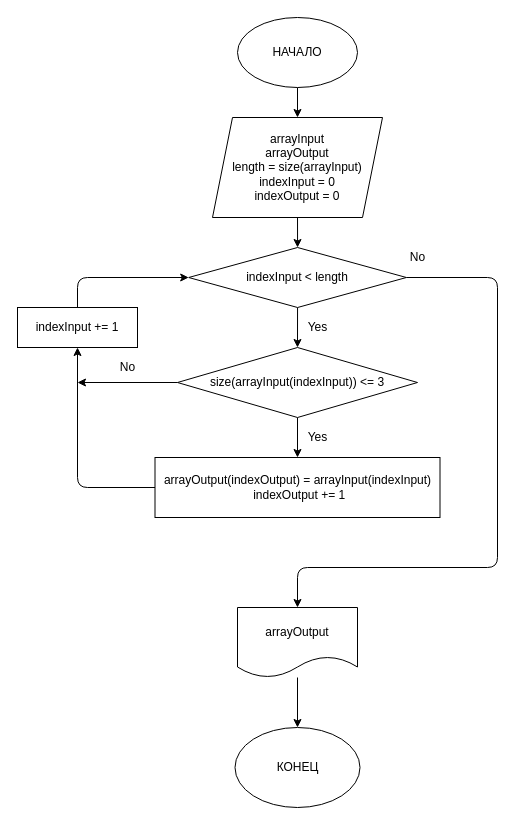
This is blockDiagram.drawio from nikonovperm/TestNikonov, a draw.io file, before an edit. Source tidied: cells renumbered, new cells numbered last; positions are measured from the earlier drawing's top-left corner, leaving out a move shared by most shapes. Both pictures are drawn from the tidied source at 100%, with x=0, y=0 at pixel (17, 17).
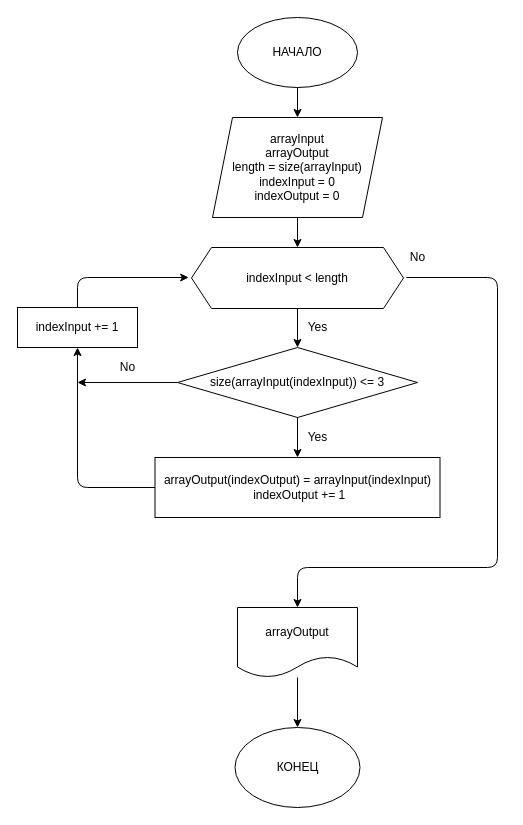
After the change.

Unchanged cells that the change refers to:
```xml
<mxCell id="5" value="arrayInput&lt;br&gt;arrayOutput&lt;br&gt;length = size(arrayInput)&lt;br&gt;indexInput = 0&lt;br&gt;indexOutput = 0" style="shape=parallelogram;perimeter=parallelogramPerimeter;whiteSpace=wrap;html=1;fixedSize=1;" parent="1" vertex="1">
  <mxGeometry x="195" y="100" width="170" height="100" as="geometry" />
</mxCell>
<mxCell id="11" value="&lt;span&gt;size(arrayInput(&lt;/span&gt;indexInput&lt;span&gt;)) &amp;lt;= 3&lt;/span&gt;" style="rhombus;whiteSpace=wrap;html=1;" parent="1" vertex="1">
  <mxGeometry x="160" y="330" width="240" height="70" as="geometry" />
</mxCell>
<mxCell id="17" value="&lt;span&gt;indexInput += 1&lt;/span&gt;" style="rounded=0;whiteSpace=wrap;html=1;" parent="1" vertex="1">
  <mxGeometry y="290" width="120" height="40" as="geometry" />
</mxCell>
<mxCell id="20" value="&lt;span&gt;arrayOutput&lt;/span&gt;" style="shape=document;whiteSpace=wrap;html=1;boundedLbl=1;" parent="1" vertex="1">
  <mxGeometry x="220" y="590" width="120" height="70" as="geometry" />
</mxCell>
```

Change to the diagram source:
```diff
@@
-    <mxCell id="4" style="edgeStyle=none;html=1;entryX=0.5;entryY=0;entryDx=0;entryDy=0;" parent="1" edge="1" source="5" target="8">
-      <mxGeometry relative="1" as="geometry" />
+    <mxCell id="4" style="edgeStyle=none;html=1;entryX=0.5;entryY=0;entryDx=0;entryDy=0;" parent="1" edge="1" source="5">
+      <mxGeometry relative="1" as="geometry">
+        <mxPoint x="280" y="230" as="targetPoint" />
+      </mxGeometry>
     </mxCell>
@@
-    <mxCell id="6" style="edgeStyle=none;html=1;exitX=0.5;exitY=1;exitDx=0;exitDy=0;entryX=0.5;entryY=0;entryDx=0;entryDy=0;" parent="1" edge="1" source="8" target="11">
-      <mxGeometry relative="1" as="geometry" />
+    <mxCell id="6" style="edgeStyle=none;html=1;exitX=0.5;exitY=1;exitDx=0;exitDy=0;entryX=0.5;entryY=0;entryDx=0;entryDy=0;" parent="1" edge="1" target="11">
+      <mxGeometry relative="1" as="geometry">
+        <mxPoint x="280" y="290" as="sourcePoint" />
+      </mxGeometry>
     </mxCell>
-    <mxCell id="7" style="edgeStyle=none;html=1;entryX=0.5;entryY=0;entryDx=0;entryDy=0;" parent="1" edge="1" source="8" target="20">
+    <mxCell id="7" style="edgeStyle=none;html=1;entryX=0.5;entryY=0;entryDx=0;entryDy=0;" parent="1" edge="1" target="20">
       <mxGeometry relative="1" as="geometry">
+        <mxPoint x="388.8" y="260" as="sourcePoint" />
         <Array as="points">
           <mxPoint x="480" y="260" />
           <mxPoint x="480" y="550" />
           <mxPoint x="280" y="550" />
         </Array>
       </mxGeometry>
     </mxCell>
-    <mxCell id="8" value="indexInput&amp;nbsp;&amp;lt; length" style="rhombus;whiteSpace=wrap;html=1;" parent="1" vertex="1">
-      <mxGeometry x="171.2" y="230" width="217.7" height="60" as="geometry" />
-    </mxCell>
@@
-    <mxCell id="16" style="edgeStyle=none;html=1;entryX=0;entryY=0.5;entryDx=0;entryDy=0;" parent="1" edge="1" source="17" target="8">
+    <mxCell id="16" style="edgeStyle=none;html=1;entryX=0;entryY=0.5;entryDx=0;entryDy=0;" parent="1" edge="1" source="17">
       <mxGeometry relative="1" as="geometry">
+        <mxPoint x="171.2" y="260" as="targetPoint" />
         <Array as="points">
           <mxPoint x="60" y="260" />
         </Array>
       </mxGeometry>
     </mxCell>
@@
+    <mxCell id="8" value="indexInput&amp;nbsp;&amp;lt; length" style="shape=hexagon;perimeter=hexagonPerimeter2;whiteSpace=wrap;html=1;fixedSize=1;" parent="1" vertex="1">
+      <mxGeometry x="174" y="230" width="212" height="61" as="geometry" />
+    </mxCell>
```
